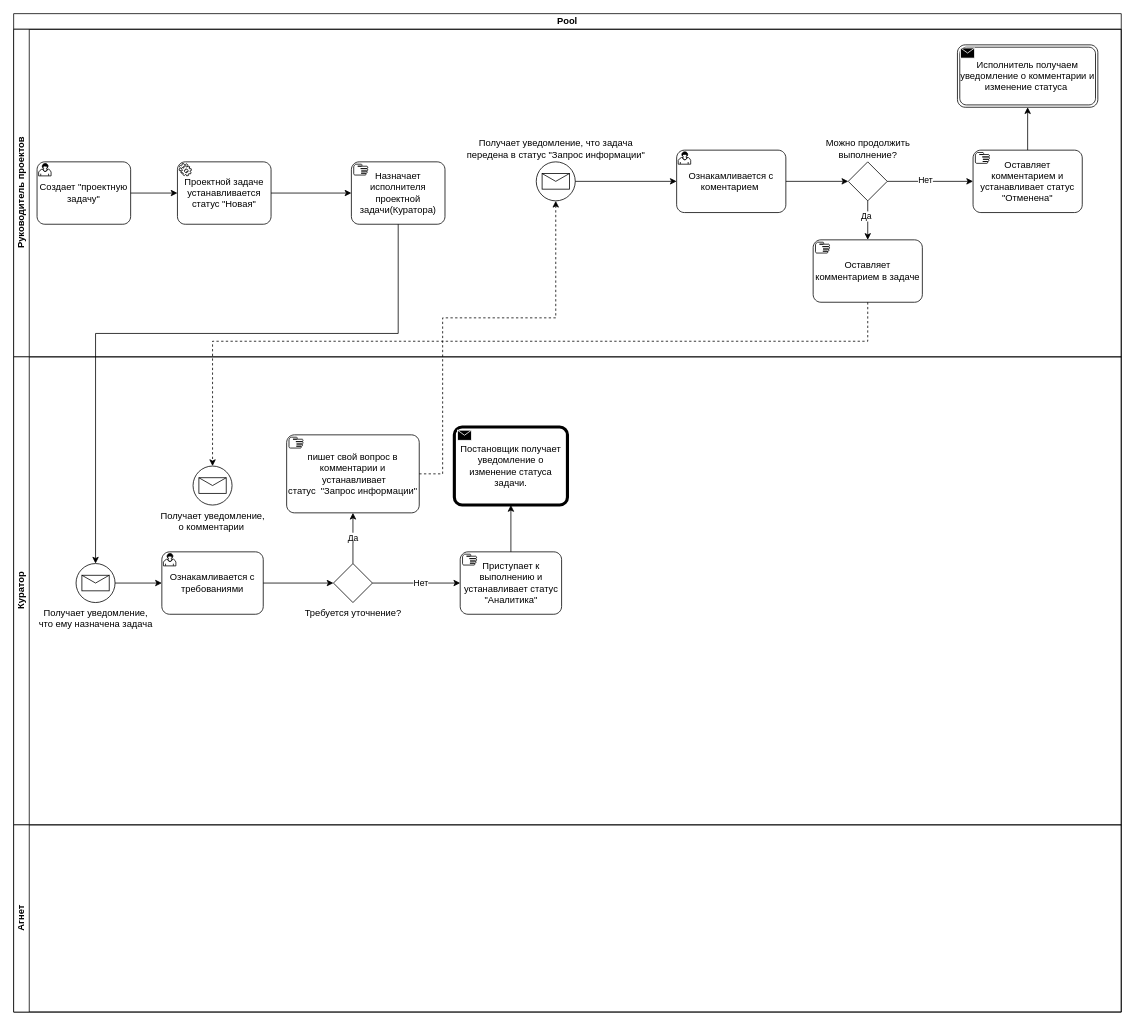
Above: Схема проектной задачи.drawio in carapuz33/android-emulator-m1-preview (draw.io), before the change. Source tidied: cells renumbered, new cells numbered last; positions are measured from the earlier drawing's top-left corner, leaving out a move shared by most shapes. Both pictures are drawn from the tidied source at 78%, with x=0, y=0 at pixel (13, 13).
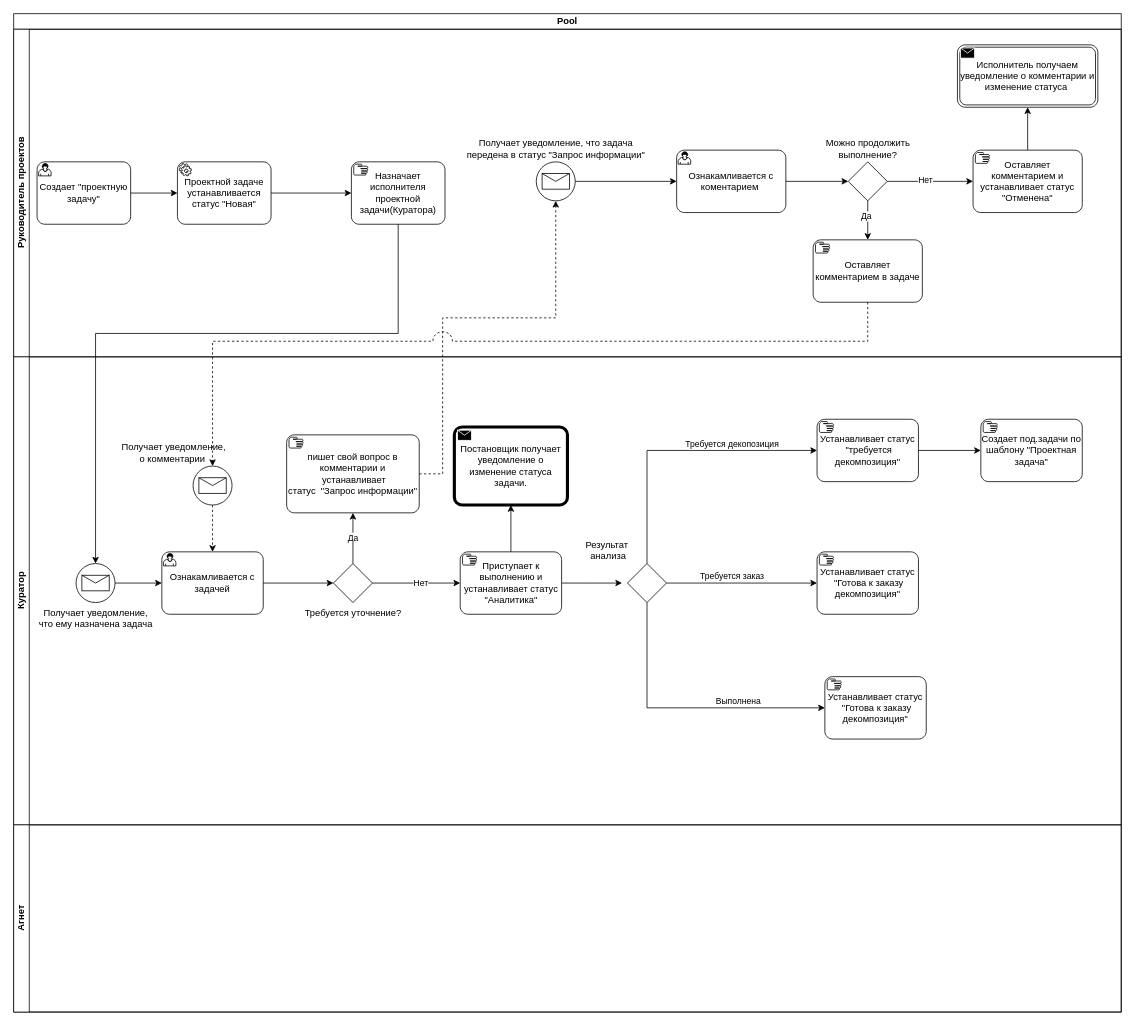
After the change.

The change refers to these unchanged cells:
```xml
<mxCell id="2" value="Pool" style="swimlane;html=1;horizontal=1;startSize=20;whiteSpace=wrap;" parent="1" vertex="1">
  <mxGeometry width="1420" height="1280" as="geometry" />
</mxCell>
<mxCell id="19" value="Оставляет комментарием в задаче" style="points=[[0.25,0,0],[0.5,0,0],[0.75,0,0],[1,0.25,0],[1,0.5,0],[1,0.75,0],[0.75,1,0],[0.5,1,0],[0.25,1,0],[0,0.75,0],[0,0.5,0],[0,0.25,0]];shape=mxgraph.bpmn.task;whiteSpace=wrap;rectStyle=rounded;size=10;html=1;taskMarker=manual;" parent="3" vertex="1">
  <mxGeometry x="1025" y="270" width="140" height="80" as="geometry" />
</mxCell>
<mxCell id="22" value="Куратор" style="swimlane;html=1;startSize=20;horizontal=0;" parent="2" vertex="1">
  <mxGeometry y="440" width="1420" height="600" as="geometry" />
</mxCell>
<mxCell id="24" value="Постановщик получает уведомление о изменение статуса задачи." style="points=[[0.25,0,0],[0.5,0,0],[0.75,0,0],[1,0.25,0],[1,0.5,0],[1,0.75,0],[0.75,1,0],[0.5,1,0],[0.25,1,0],[0,0.75,0],[0,0.5,0],[0,0.25,0]];shape=mxgraph.bpmn.task;whiteSpace=wrap;rectStyle=rounded;size=10;html=1;taskMarker=send;bpmnShapeType=call;" parent="22" vertex="1">
  <mxGeometry x="565" y="90" width="145" height="100" as="geometry" />
</mxCell>
<mxCell id="28" value="Приступает к выполнению и устанавливает статус &quot;Аналитика&quot;" style="points=[[0.25,0,0],[0.5,0,0],[0.75,0,0],[1,0.25,0],[1,0.5,0],[1,0.75,0],[0.75,1,0],[0.5,1,0],[0.25,1,0],[0,0.75,0],[0,0.5,0],[0,0.25,0]];shape=mxgraph.bpmn.task;whiteSpace=wrap;rectStyle=rounded;size=10;html=1;taskMarker=manual;" parent="22" vertex="1">
  <mxGeometry x="572.5" y="250" width="130" height="80" as="geometry" />
</mxCell>
```

Change to the diagram source:
```diff
@@
-    <mxCell id="23" value="Ознакамливается с требованиями" style="points=[[0.25,0,0],[0.5,0,0],[0.75,0,0],[1,0.25,0],[1,0.5,0],[1,0.75,0],[0.75,1,0],[0.5,1,0],[0.25,1,0],[0,0.75,0],[0,0.5,0],[0,0.25,0]];shape=mxgraph.bpmn.task;whiteSpace=wrap;rectStyle=rounded;size=10;html=1;taskMarker=user;" parent="22" vertex="1">
+    <mxCell id="23" value="Ознакамливается с задачей" style="points=[[0.25,0,0],[0.5,0,0],[0.75,0,0],[1,0.25,0],[1,0.5,0],[1,0.75,0],[0.75,1,0],[0.5,1,0],[0.25,1,0],[0,0.75,0],[0,0.5,0],[0,0.25,0]];shape=mxgraph.bpmn.task;whiteSpace=wrap;rectStyle=rounded;size=10;html=1;taskMarker=user;" parent="22" vertex="1">
       <mxGeometry x="190" y="250" width="130" height="80" as="geometry" />
     </mxCell>
@@
+    <mxCell id="40" style="edgeStyle=orthogonalEdgeStyle;rounded=0;jettySize=auto;html=1;exitX=1;exitY=0.5;exitDx=0;exitDy=0;exitPerimeter=0;" parent="22" edge="1" source="28">
+      <mxGeometry relative="1" as="geometry">
+        <mxPoint x="780" y="290" as="targetPoint" />
+      </mxGeometry>
+    </mxCell>
@@
+    <mxCell id="34" style="edgeStyle=orthogonalEdgeStyle;rounded=0;jettySize=auto;html=1;exitX=0.5;exitY=0;exitDx=0;exitDy=0;exitPerimeter=0;entryX=0.5;entryY=1;entryDx=0;entryDy=0;entryPerimeter=0;" parent="22" edge="1" source="28" target="24">
+      <mxGeometry relative="1" as="geometry" />
+    </mxCell>
+    <mxCell id="41" style="edgeStyle=orthogonalEdgeStyle;rounded=0;jettySize=auto;html=1;dashed=1;" parent="22" edge="1" source="35" target="23">
+      <mxGeometry relative="1" as="geometry" />
+    </mxCell>
+    <mxCell id="35" value="Получает уведомление, &lt;br&gt;о комментарии&amp;nbsp;" style="points=[[0.145,0.145,0],[0.5,0,0],[0.855,0.145,0],[1,0.5,0],[0.855,0.855,0],[0.5,1,0],[0.145,0.855,0],[0,0.5,0]];shape=mxgraph.bpmn.event;html=1;verticalLabelPosition=top;labelBackgroundColor=#ffffff;verticalAlign=bottom;align=center;perimeter=ellipsePerimeter;outlineConnect=0;outline=standard;symbol=message;labelPosition=left;" parent="22" vertex="1">
+      <mxGeometry x="230" y="140" width="50" height="50" as="geometry" />
+    </mxCell>
@@
-    <mxCell id="34" style="edgeStyle=orthogonalEdgeStyle;rounded=0;jettySize=auto;html=1;exitX=0.5;exitY=0;exitDx=0;exitDy=0;exitPerimeter=0;entryX=0.5;entryY=1;entryDx=0;entryDy=0;entryPerimeter=0;" parent="22" edge="1" source="28" target="24">
-      <mxGeometry relative="1" as="geometry" />
-    </mxCell>
-    <mxCell id="35" value="Получает уведомление, &lt;br&gt;о комментарии&amp;nbsp;" style="points=[[0.145,0.145,0],[0.5,0,0],[0.855,0.145,0],[1,0.5,0],[0.855,0.855,0],[0.5,1,0],[0.145,0.855,0],[0,0.5,0]];shape=mxgraph.bpmn.event;html=1;verticalLabelPosition=bottom;labelBackgroundColor=#ffffff;verticalAlign=top;align=center;perimeter=ellipsePerimeter;outlineConnect=0;outline=standard;symbol=message;" parent="22" vertex="1">
-      <mxGeometry x="230" y="140" width="50" height="50" as="geometry" />
-    </mxCell>
+    <mxCell id="42" value="Выполнена" style="edgeStyle=orthogonalEdgeStyle;rounded=0;jettySize=auto;html=1;labelPosition=center;verticalLabelPosition=top;align=center;verticalAlign=bottom;" parent="22" edge="1" source="43" target="51">
+      <mxGeometry x="0.39" relative="1" as="geometry" />
+    </mxCell>
+    <mxCell id="43" value="Результат&amp;nbsp;&lt;br&gt;анализа" style="points=[[0.25,0.25,0],[0.5,0,0],[0.75,0.25,0],[1,0.5,0],[0.75,0.75,0],[0.5,1,0],[0.25,0.75,0],[0,0.5,0]];shape=mxgraph.bpmn.gateway2;html=1;verticalLabelPosition=top;labelBackgroundColor=#ffffff;verticalAlign=bottom;align=center;perimeter=rhombusPerimeter;outlineConnect=0;outline=none;symbol=none;noLabel=0;direction=east;shadow=0;backgroundOutline=1;overflow=visible;portConstraint=south;portConstraintRotation=0;labelPosition=left;" parent="22" vertex="1">
+      <mxGeometry x="787" y="265" width="50" height="50" as="geometry" />
+    </mxCell>
+    <mxCell id="44" style="edgeStyle=orthogonalEdgeStyle;rounded=0;jettySize=auto;html=1;" parent="22" edge="1" source="45" target="52">
+      <mxGeometry relative="1" as="geometry" />
+    </mxCell>
+    <mxCell id="45" value="Устанавливает статус &amp;nbsp;&quot;требуется декомпозиция&quot;" style="points=[[0.25,0,0],[0.5,0,0],[0.75,0,0],[1,0.25,0],[1,0.5,0],[1,0.75,0],[0.75,1,0],[0.5,1,0],[0.25,1,0],[0,0.75,0],[0,0.5,0],[0,0.25,0]];shape=mxgraph.bpmn.task;whiteSpace=wrap;rectStyle=rounded;size=10;html=1;taskMarker=manual;" parent="22" vertex="1">
+      <mxGeometry x="1030" y="80" width="130" height="80" as="geometry" />
+    </mxCell>
+    <mxCell id="46" style="edgeStyle=orthogonalEdgeStyle;rounded=0;jettySize=auto;html=1;exitX=0.5;exitY=0;exitDx=0;exitDy=0;exitPerimeter=0;entryX=0;entryY=0.5;entryDx=0;entryDy=0;entryPerimeter=0;" parent="22" edge="1" source="43" target="45">
+      <mxGeometry relative="1" as="geometry" />
+    </mxCell>
+    <mxCell id="47" value="Требуется декопозиция" style="edgeLabel;html=1;align=center;verticalAlign=middle;" parent="46" vertex="1">
+      <mxGeometry x="-0.37" y="-1" relative="1" as="geometry">
+        <mxPoint x="107" y="-40" as="offset" />
+      </mxGeometry>
+    </mxCell>
+    <mxCell id="48" value="Устанавливает статус &amp;nbsp;&quot;Готова к заказу декомпозиция&quot;" style="points=[[0.25,0,0],[0.5,0,0],[0.75,0,0],[1,0.25,0],[1,0.5,0],[1,0.75,0],[0.75,1,0],[0.5,1,0],[0.25,1,0],[0,0.75,0],[0,0.5,0],[0,0.25,0]];shape=mxgraph.bpmn.task;whiteSpace=wrap;rectStyle=rounded;size=10;html=1;taskMarker=manual;" parent="22" vertex="1">
+      <mxGeometry x="1030" y="250" width="130" height="80" as="geometry" />
+    </mxCell>
+    <mxCell id="49" style="edgeStyle=orthogonalEdgeStyle;rounded=0;jettySize=auto;html=1;exitX=1;exitY=0.5;exitDx=0;exitDy=0;exitPerimeter=0;entryX=0;entryY=0.5;entryDx=0;entryDy=0;entryPerimeter=0;labelPosition=center;verticalLabelPosition=top;align=center;verticalAlign=bottom;" parent="22" edge="1" source="43" target="48">
+      <mxGeometry relative="1" as="geometry" />
+    </mxCell>
+    <mxCell id="50" value="Требуется заказ" style="edgeLabel;html=1;align=center;verticalAlign=middle;" parent="49" vertex="1">
+      <mxGeometry x="0.17" y="4" relative="1" as="geometry">
+        <mxPoint x="-30" y="-6" as="offset" />
+      </mxGeometry>
+    </mxCell>
+    <mxCell id="51" value="Устанавливает статус &amp;nbsp;&quot;Готова к заказу декомпозиция&quot;" style="points=[[0.25,0,0],[0.5,0,0],[0.75,0,0],[1,0.25,0],[1,0.5,0],[1,0.75,0],[0.75,1,0],[0.5,1,0],[0.25,1,0],[0,0.75,0],[0,0.5,0],[0,0.25,0]];shape=mxgraph.bpmn.task;whiteSpace=wrap;rectStyle=rounded;size=10;html=1;taskMarker=manual;" parent="22" vertex="1">
+      <mxGeometry x="1040" y="410" width="130" height="80" as="geometry" />
+    </mxCell>
+    <mxCell id="52" value="Создает под.задачи по шаблону &quot;Проектная задача&quot;" style="points=[[0.25,0,0],[0.5,0,0],[0.75,0,0],[1,0.25,0],[1,0.5,0],[1,0.75,0],[0.75,1,0],[0.5,1,0],[0.25,1,0],[0,0.75,0],[0,0.5,0],[0,0.25,0]];shape=mxgraph.bpmn.task;whiteSpace=wrap;rectStyle=rounded;size=10;html=1;taskMarker=manual;" parent="22" vertex="1">
+      <mxGeometry x="1240" y="80" width="130" height="80" as="geometry" />
+    </mxCell>
@@
-    <mxCell id="39" style="edgeStyle=orthogonalEdgeStyle;rounded=0;jettySize=auto;html=1;dashed=1;entryX=0.5;entryY=0;entryDx=0;entryDy=0;entryPerimeter=0;" parent="2" edge="1" source="19" target="35">
+    <mxCell id="39" style="edgeStyle=orthogonalEdgeStyle;rounded=0;jettySize=auto;html=1;dashed=1;entryX=0.5;entryY=0;entryDx=0;entryDy=0;entryPerimeter=0;strokeColor=default;jumpStyle=arc;jumpSize=25;" parent="2" edge="1" source="19" target="35">
       <mxGeometry relative="1" as="geometry">
         <Array as="points">
           <mxPoint x="1095" y="420" />
           <mxPoint x="255" y="420" />
         </Array>
       </mxGeometry>
     </mxCell>
```
